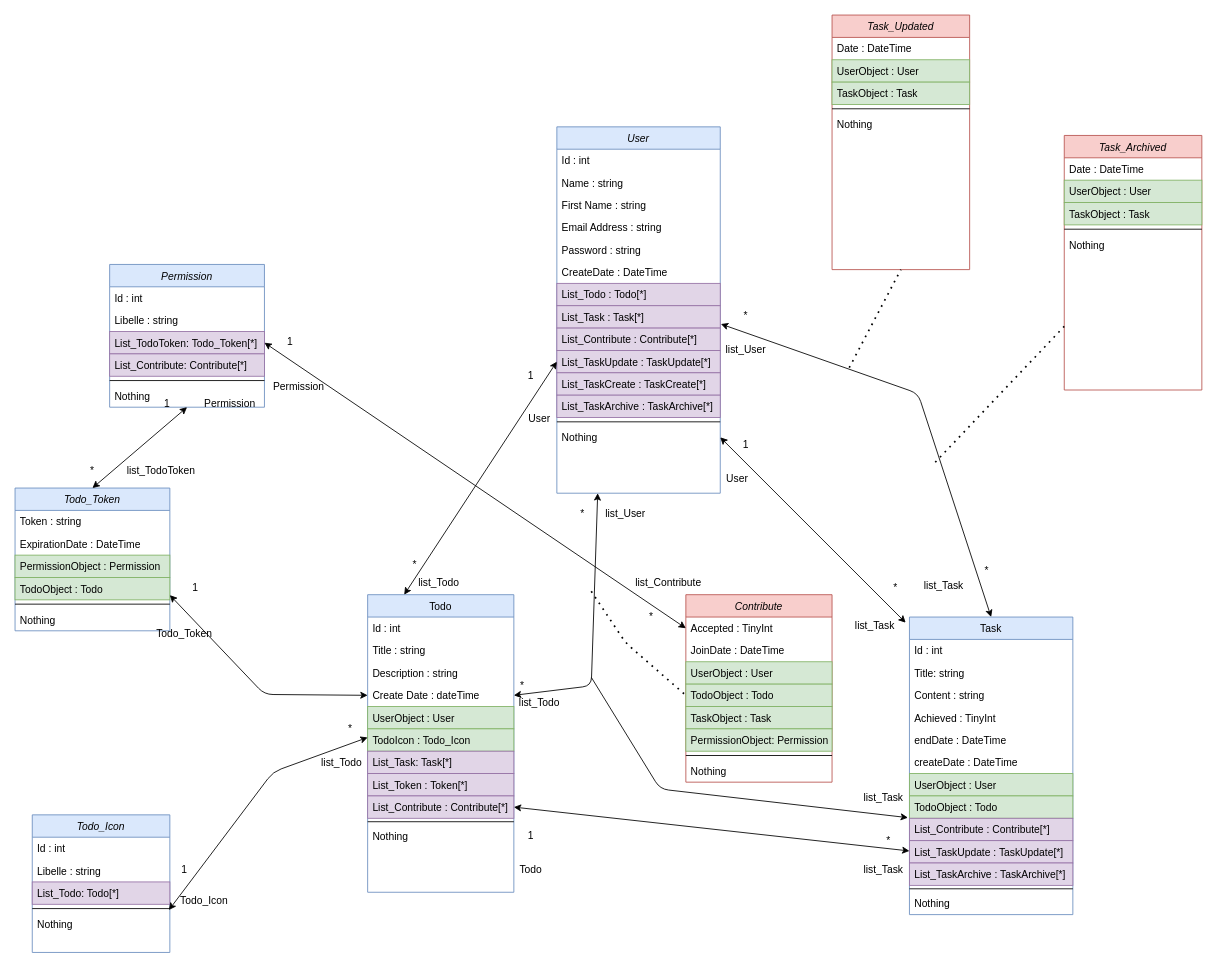
The draw.io diagram public/assets/todo_diagramCLASS.drawio in BaptisteLecat/Todo, before the edit. Source tidied: cells renumbered, new cells numbered last; positions are measured from the earlier drawing's top-left corner, leaving out a move shared by most shapes. Both pictures are drawn from the tidied source at 86%, with x=0, y=0 at pixel (15, 15).
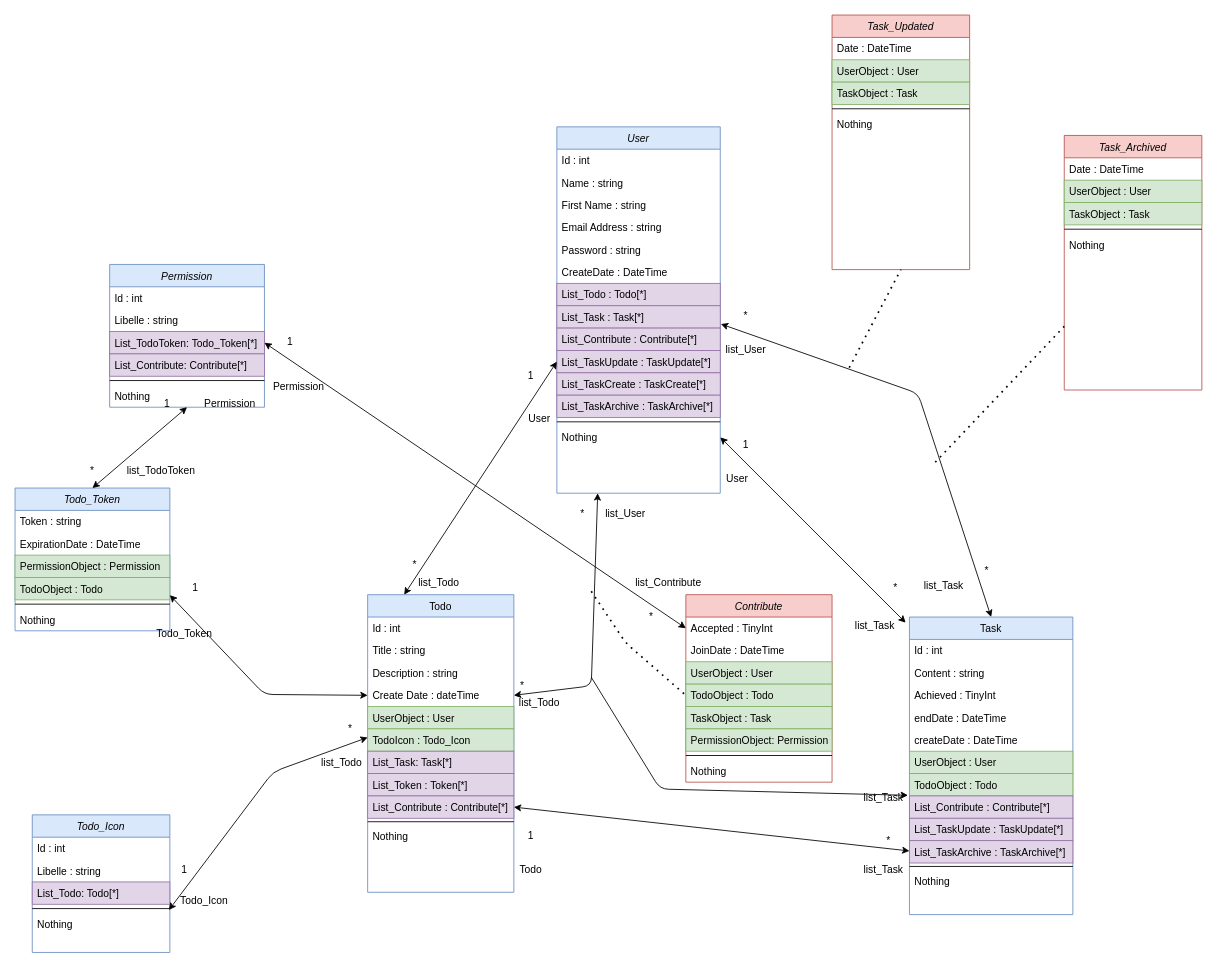
The same diagram, later.

The change refers to these unchanged cells:
```xml
<mxCell id="17" value="Task" style="swimlane;fontStyle=0;align=center;verticalAlign=top;horizontal=1;startSize=26;rounded=0;shadow=0;strokeWidth=1;fillColor=#dae8fc;strokeColor=#6c8ebf;" parent="1" vertex="1">
  <mxGeometry x="1040" y="700" width="190" height="346" as="geometry" />
</mxCell>
```

Change to the diagram source:
```diff
@@
-    <mxCell id="19" value="Title: string" style="text;align=left;verticalAlign=top;spacingLeft=4;spacingRight=4;overflow=hidden;rounded=0;shadow=0;html=0;" parent="17" vertex="1">
-      <mxGeometry y="52" width="190" height="26" as="geometry" />
-    </mxCell>
     <mxCell id="20" value="Content : string" style="text;align=left;verticalAlign=top;spacingLeft=4;spacingRight=4;overflow=hidden;rounded=0;shadow=0;html=0;" parent="17" vertex="1">
-      <mxGeometry y="78" width="190" height="26" as="geometry" />
+      <mxGeometry y="52" width="190" height="26" as="geometry" />
     </mxCell>
     <mxCell id="21" value="Achieved : TinyInt" style="text;align=left;verticalAlign=top;spacingLeft=4;spacingRight=4;overflow=hidden;rounded=0;shadow=0;html=0;" parent="17" vertex="1">
-      <mxGeometry y="104" width="190" height="26" as="geometry" />
+      <mxGeometry y="78" width="190" height="26" as="geometry" />
     </mxCell>
     <mxCell id="22" value="endDate : DateTime" style="text;align=left;verticalAlign=top;spacingLeft=4;spacingRight=4;overflow=hidden;rounded=0;shadow=0;html=0;" parent="17" vertex="1">
-      <mxGeometry y="130" width="190" height="26" as="geometry" />
+      <mxGeometry y="104" width="190" height="26" as="geometry" />
     </mxCell>
     <mxCell id="23" value="createDate : DateTime" style="text;align=left;verticalAlign=top;spacingLeft=4;spacingRight=4;overflow=hidden;rounded=0;shadow=0;html=0;" parent="17" vertex="1">
-      <mxGeometry y="156" width="190" height="26" as="geometry" />
+      <mxGeometry y="130" width="190" height="26" as="geometry" />
     </mxCell>
     <mxCell id="24" value="UserObject : User" style="text;align=left;verticalAlign=top;spacingLeft=4;spacingRight=4;overflow=hidden;rounded=0;shadow=0;html=0;fillColor=#d5e8d4;strokeColor=#82b366;" parent="17" vertex="1">
-      <mxGeometry y="182" width="190" height="26" as="geometry" />
+      <mxGeometry y="156" width="190" height="26" as="geometry" />
     </mxCell>
     <mxCell id="25" value="TodoObject : Todo" style="text;align=left;verticalAlign=top;spacingLeft=4;spacingRight=4;overflow=hidden;points=[[0,0.5],[1,0.5]];portConstraint=eastwest;rounded=0;shadow=0;html=0;fillColor=#d5e8d4;strokeColor=#82b366;" parent="17" vertex="1">
-      <mxGeometry y="208" width="190" height="26" as="geometry" />
+      <mxGeometry y="182" width="190" height="26" as="geometry" />
     </mxCell>
     <mxCell id="26" value="List_Contribute : Contribute[*]" style="text;align=left;verticalAlign=top;spacingLeft=4;spacingRight=4;overflow=hidden;rounded=0;shadow=0;html=0;fillColor=#e1d5e7;strokeColor=#9673a6;" parent="17" vertex="1">
-      <mxGeometry y="234" width="190" height="26" as="geometry" />
+      <mxGeometry y="208" width="190" height="26" as="geometry" />
     </mxCell>
     <mxCell id="27" value="List_TaskUpdate : TaskUpdate[*]" style="text;align=left;verticalAlign=top;spacingLeft=4;spacingRight=4;overflow=hidden;rounded=0;shadow=0;html=0;fillColor=#e1d5e7;strokeColor=#9673a6;" parent="17" vertex="1">
-      <mxGeometry y="260" width="190" height="26" as="geometry" />
+      <mxGeometry y="234" width="190" height="26" as="geometry" />
     </mxCell>
     <mxCell id="28" value="List_TaskArchive : TaskArchive[*]" style="text;align=left;verticalAlign=top;spacingLeft=4;spacingRight=4;overflow=hidden;rounded=0;shadow=0;html=0;fillColor=#e1d5e7;strokeColor=#9673a6;" parent="17" vertex="1">
-      <mxGeometry y="286" width="190" height="26" as="geometry" />
+      <mxGeometry y="260" width="190" height="26" as="geometry" />
     </mxCell>
     <mxCell id="29" style="line;html=1;strokeWidth=1;align=left;verticalAlign=middle;spacingTop=-1;spacingLeft=3;spacingRight=3;labelPosition=right;" parent="17" vertex="1">
-      <mxGeometry y="312" width="190" height="8" as="geometry" />
+      <mxGeometry y="286" width="190" height="8" as="geometry" />
     </mxCell>
     <mxCell id="30" value="Nothing" style="text;align=left;verticalAlign=top;spacingLeft=4;spacingRight=4;overflow=hidden;" parent="17" vertex="1">
-      <mxGeometry y="320" width="190" height="26" as="geometry" />
+      <mxGeometry y="294" width="190" height="26" as="geometry" />
     </mxCell>
```
